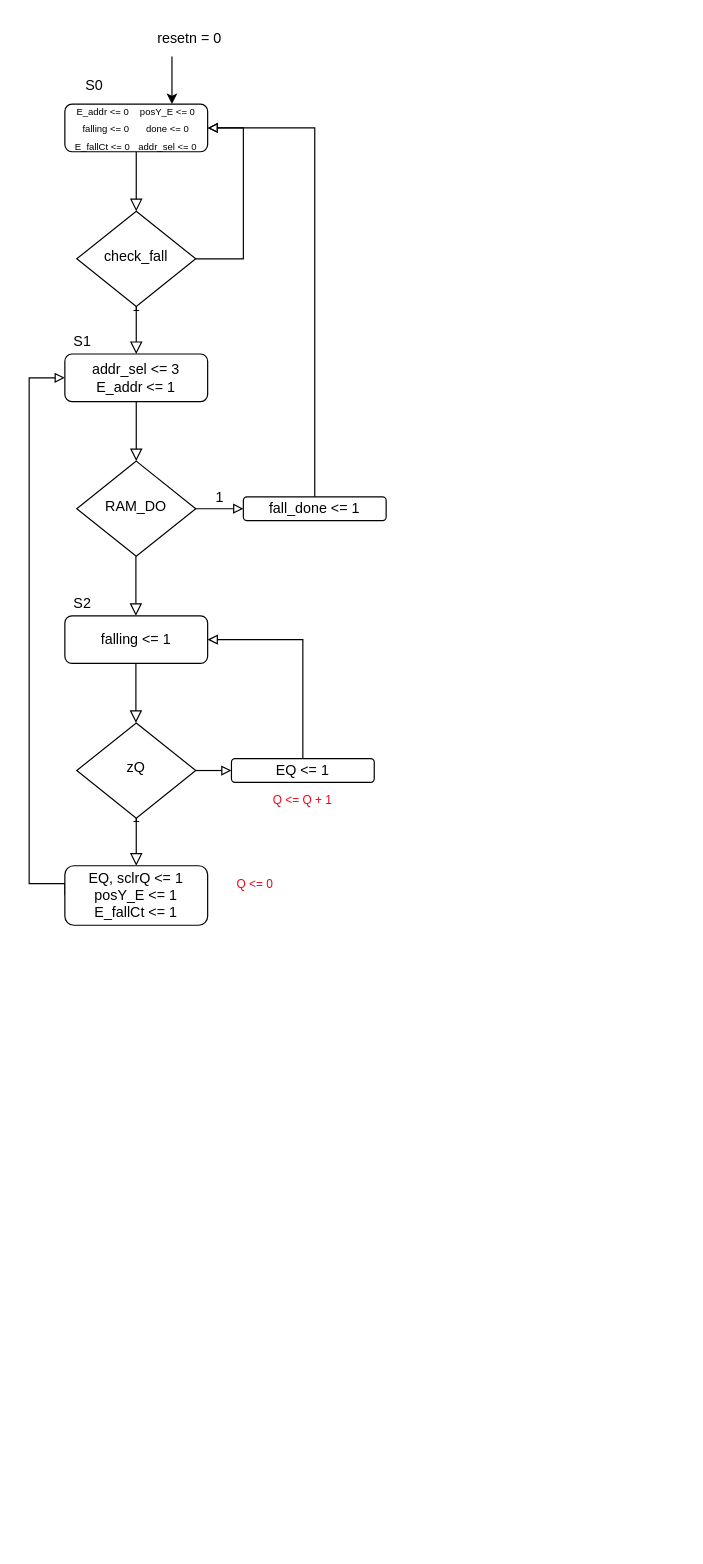
jedikiks/ece2700-finalproject keeps this draw.io diagram as physicsCircuitDiagrams/fallFSM-take2.drawio. Above is the earlier version. Source tidied: cells renumbered, new cells numbered last; positions are measured from the earlier drawing's top-left corner, leaving out a move shared by most shapes. Both pictures are drawn from the tidied source at 119%, with x=0, y=0 at pixel (29, 20).
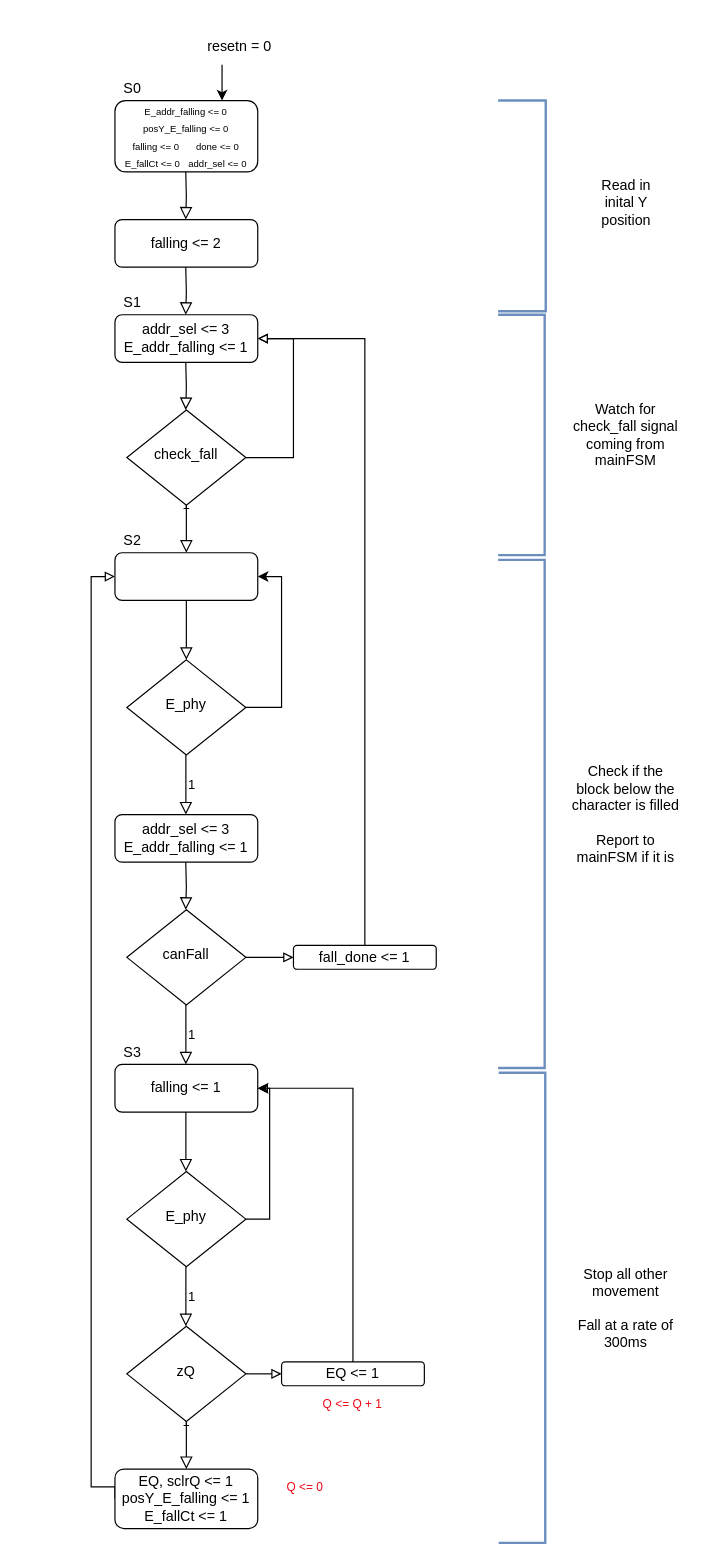
After the change.

The edit, as a diff of the source:
```diff
@@
-    <mxCell id="2" style="rounded=0;html=1;jettySize=auto;fontSize=11;endArrow=block;endFill=0;endSize=8;strokeWidth=1;shadow=0;labelBackgroundColor=none;edgeStyle=orthogonalEdgeStyle;" parent="1" edge="1" source="4" target="7">
-      <mxGeometry relative="1" as="geometry" />
-    </mxCell>
     <mxCell id="3" style="edgeStyle=orthogonalEdgeStyle;rounded=0;jettySize=auto;html=1;exitX=0.75;exitY=0;exitDx=0;exitDy=0;endArrow=none;endFill=0;startArrow=classic;startFill=1;" parent="1" edge="1" source="4">
       <mxGeometry relative="1" as="geometry">
-        <mxPoint x="120" y="30" as="targetPoint" />
+        <mxPoint x="162.1" y="37" as="targetPoint" />
       </mxGeometry>
     </mxCell>
-    <mxCell id="4" value="&lt;font style=&quot;font-size: 8px;&quot;&gt;E_addr &amp;lt;= 0&lt;span style=&quot;white-space: pre;&quot;&gt;&#9;&lt;/span&gt;posY_E &amp;lt;= 0&lt;br&gt;falling &amp;lt;= 0&lt;span style=&quot;white-space: pre;&quot;&gt;&#9;&lt;/span&gt;done &amp;lt;= 0 E_fallCt &amp;lt;= 0&lt;span style=&quot;white-space: pre;&quot;&gt;&#9;&lt;/span&gt;addr_sel &amp;lt;= 0&lt;br&gt;&lt;/font&gt;" style="rounded=1;whiteSpace=wrap;html=1;fontSize=12;glass=0;strokeWidth=1;shadow=0;align=center;" parent="1" vertex="1">
-      <mxGeometry x="30" y="70" width="120" height="40" as="geometry" />
+    <mxCell id="4" value="&lt;font style=&quot;font-size: 8px;&quot;&gt;E_addr_falling &amp;lt;= 0 posY_E_falling &amp;lt;= 0&lt;br&gt;falling &amp;lt;= 0&lt;span style=&quot;white-space: pre;&quot;&gt;&#9;&lt;/span&gt;done &amp;lt;= 0 E_fallCt &amp;lt;= 0&lt;span style=&quot;white-space: pre;&quot;&gt;&#9;&lt;/span&gt;addr_sel &amp;lt;= 0&lt;br&gt;&lt;/font&gt;" style="rounded=1;whiteSpace=wrap;html=1;fontSize=12;glass=0;strokeWidth=1;shadow=0;align=center;" parent="1" vertex="1">
+      <mxGeometry x="72.1" y="67" width="120" height="60" as="geometry" />
     </mxCell>
     <mxCell id="5" value="1" style="rounded=0;html=1;jettySize=auto;fontSize=11;endArrow=block;endFill=0;endSize=8;strokeWidth=1;shadow=0;labelBackgroundColor=none;edgeStyle=orthogonalEdgeStyle;" parent="1" edge="1" source="7">
       <mxGeometry y="20" relative="1" as="geometry">
-        <mxPoint x="90" y="280" as="targetPoint" />
+        <mxPoint x="132.1" y="447" as="targetPoint" />
       </mxGeometry>
     </mxCell>
-    <mxCell id="6" style="edgeStyle=orthogonalEdgeStyle;rounded=0;jettySize=auto;html=1;exitX=1;exitY=0.5;exitDx=0;exitDy=0;entryX=1;entryY=0.5;entryDx=0;entryDy=0;startArrow=none;startFill=0;endArrow=block;endFill=0;" parent="1" edge="1" source="7" target="4">
+    <mxCell id="6" style="edgeStyle=orthogonalEdgeStyle;rounded=0;jettySize=auto;html=1;exitX=1;exitY=0.5;exitDx=0;exitDy=0;entryX=1;entryY=0.5;entryDx=0;entryDy=0;startArrow=none;startFill=0;endArrow=block;endFill=0;" parent="1" edge="1" source="7" target="36">
       <mxGeometry relative="1" as="geometry">
         <Array as="points">
-          <mxPoint x="180" y="200" />
-          <mxPoint x="180" y="90" />
+          <mxPoint x="222.1" y="367" />
+          <mxPoint x="222.1" y="267" />
         </Array>
       </mxGeometry>
     </mxCell>
     <mxCell id="7" value="check_fall" style="rhombus;whiteSpace=wrap;html=1;shadow=0;fontFamily=Helvetica;fontSize=12;align=center;strokeWidth=1;spacing=6;spacingTop=-4;" parent="1" vertex="1">
-      <mxGeometry x="40" y="160" width="100" height="80" as="geometry" />
+      <mxGeometry x="82.1" y="327" width="100" height="80" as="geometry" />
     </mxCell>
     <mxCell id="8" value="S0" style="text;html=1;strokeColor=none;fillColor=none;align=center;verticalAlign=middle;whiteSpace=wrap;rounded=0;" parent="1" vertex="1">
-      <mxGeometry x="40" y="40" width="30" height="30" as="geometry" />
+      <mxGeometry x="72.1" y="47" width="30" height="20" as="geometry" />
     </mxCell>
     <mxCell id="9" value="resetn = 0" style="text;html=1;strokeColor=none;fillColor=none;align=center;verticalAlign=middle;whiteSpace=wrap;rounded=0;" parent="1" vertex="1">
-      <mxGeometry x="100" width="70" height="30" as="geometry" />
+      <mxGeometry x="142.1" y="7" width="70" height="30" as="geometry" />
     </mxCell>
-    <mxCell id="10" value="addr_sel &amp;lt;= 3&lt;br&gt;E_addr &amp;lt;= 1" style="rounded=1;whiteSpace=wrap;html=1;fontSize=12;glass=0;strokeWidth=1;shadow=0;" parent="1" vertex="1">
-      <mxGeometry x="30" y="280" width="120" height="40" as="geometry" />
+    <mxCell id="10" style="rounded=1;whiteSpace=wrap;html=1;fontSize=12;glass=0;strokeWidth=1;shadow=0;" parent="1" vertex="1">
+      <mxGeometry x="72.1" y="447" width="120" height="40" as="geometry" />
     </mxCell>
-    <mxCell id="11" value="S1" style="text;html=1;strokeColor=none;fillColor=none;align=center;verticalAlign=middle;whiteSpace=wrap;rounded=0;" parent="1" vertex="1">
-      <mxGeometry x="30" y="260" width="30" height="20" as="geometry" />
+    <mxCell id="11" value="S2" style="text;html=1;strokeColor=none;fillColor=none;align=center;verticalAlign=middle;whiteSpace=wrap;rounded=0;" parent="1" vertex="1">
+      <mxGeometry x="72.1" y="427" width="30" height="20" as="geometry" />
     </mxCell>
     <mxCell id="12" style="rounded=0;html=1;jettySize=auto;orthogonalLoop=1;fontSize=11;endArrow=block;endFill=0;endSize=8;strokeWidth=1;shadow=0;labelBackgroundColor=none;edgeStyle=orthogonalEdgeStyle;" parent="1" edge="1">
       <mxGeometry relative="1" as="geometry">
-        <mxPoint x="90" y="320" as="sourcePoint" />
-        <mxPoint x="90" y="370" as="targetPoint" />
+        <mxPoint x="132.1" y="487" as="sourcePoint" />
+        <mxPoint x="132.1" y="537" as="targetPoint" />
       </mxGeometry>
     </mxCell>
-    <mxCell id="13" value="&lt;font style=&quot;font-size: 12px;&quot;&gt;1&lt;/font&gt;" style="edgeStyle=orthogonalEdgeStyle;rounded=0;jettySize=auto;html=1;exitX=1;exitY=0.5;exitDx=0;exitDy=0;entryX=0;entryY=0.5;entryDx=0;entryDy=0;fontSize=8;labelPosition=center;verticalLabelPosition=top;align=center;verticalAlign=bottom;endArrow=block;endFill=0;" parent="1" edge="1" source="14" target="16">
+    <mxCell id="13" style="edgeStyle=orthogonalEdgeStyle;rounded=0;jettySize=auto;html=1;exitX=1;exitY=0.5;exitDx=0;exitDy=0;entryX=0;entryY=0.5;entryDx=0;entryDy=0;fontSize=8;labelPosition=center;verticalLabelPosition=top;align=center;verticalAlign=bottom;endArrow=block;endFill=0;" parent="1" edge="1" source="14" target="16">
       <mxGeometry relative="1" as="geometry">
         <Array as="points">
-          <mxPoint x="160" y="410" />
-          <mxPoint x="160" y="410" />
+          <mxPoint x="202.1" y="787" />
+          <mxPoint x="202.1" y="787" />
         </Array>
       </mxGeometry>
     </mxCell>
-    <mxCell id="14" value="RAM_DO" style="rhombus;whiteSpace=wrap;html=1;shadow=0;fontFamily=Helvetica;fontSize=12;align=center;strokeWidth=1;spacing=6;spacingTop=-4;" parent="1" vertex="1">
-      <mxGeometry x="40" y="370" width="100" height="80" as="geometry" />
+    <mxCell id="14" value="canFall" style="rhombus;whiteSpace=wrap;html=1;shadow=0;fontFamily=Helvetica;fontSize=12;align=center;strokeWidth=1;spacing=6;spacingTop=-4;" parent="1" vertex="1">
+      <mxGeometry x="82.1" y="747" width="100" height="80" as="geometry" />
     </mxCell>
-    <mxCell id="15" style="edgeStyle=orthogonalEdgeStyle;rounded=0;jettySize=auto;html=1;exitX=0.5;exitY=0;exitDx=0;exitDy=0;entryX=1;entryY=0.5;entryDx=0;entryDy=0;fontSize=8;endArrow=block;endFill=0;" parent="1" edge="1" source="16" target="4">
-      <mxGeometry relative="1" as="geometry" />
+    <mxCell id="15" style="edgeStyle=orthogonalEdgeStyle;rounded=0;jettySize=auto;html=1;exitX=0.5;exitY=0;exitDx=0;exitDy=0;entryX=1;entryY=0.5;entryDx=0;entryDy=0;fontSize=8;endArrow=block;endFill=0;" parent="1" edge="1" source="16" target="36">
+      <mxGeometry relative="1" as="geometry">
+        <Array as="points">
+          <mxPoint x="282.1" y="267" />
+        </Array>
+      </mxGeometry>
     </mxCell>
     <mxCell id="16" value="fall_done &amp;lt;= 1" style="rounded=1;whiteSpace=wrap;html=1;fontSize=12;glass=0;strokeWidth=1;shadow=0;" parent="1" vertex="1">
-      <mxGeometry x="180" y="400" width="120" height="20" as="geometry" />
+      <mxGeometry x="222.1" y="777" width="120" height="20" as="geometry" />
     </mxCell>
-    <mxCell id="17" style="rounded=0;html=1;jettySize=auto;orthogonalLoop=1;fontSize=11;endArrow=block;endFill=0;endSize=8;strokeWidth=1;shadow=0;labelBackgroundColor=none;edgeStyle=orthogonalEdgeStyle;" parent="1" edge="1">
+    <mxCell id="17" value="1" style="rounded=0;html=1;jettySize=auto;orthogonalLoop=1;fontSize=11;endArrow=block;endFill=0;endSize=8;strokeWidth=1;shadow=0;labelBackgroundColor=none;edgeStyle=orthogonalEdgeStyle;labelPosition=right;verticalLabelPosition=middle;align=left;verticalAlign=middle;" parent="1" edge="1">
       <mxGeometry relative="1" as="geometry">
-        <mxPoint x="89.7" y="450" as="sourcePoint" />
-        <mxPoint x="89.7" y="500" as="targetPoint" />
+        <mxPoint x="131.7" y="827" as="sourcePoint" />
+        <mxPoint x="131.7" y="877" as="targetPoint" />
       </mxGeometry>
     </mxCell>
     <mxCell id="18" value="falling &amp;lt;= 1" style="rounded=1;whiteSpace=wrap;html=1;fontSize=12;glass=0;strokeWidth=1;shadow=0;" parent="1" vertex="1">
-      <mxGeometry x="30" y="500" width="120" height="40" as="geometry" />
+      <mxGeometry x="72.1" y="877" width="120" height="40" as="geometry" />
     </mxCell>
-    <mxCell id="19" value="S2" style="text;html=1;strokeColor=none;fillColor=none;align=center;verticalAlign=middle;whiteSpace=wrap;rounded=0;" parent="1" vertex="1">
-      <mxGeometry x="30" y="480" width="30" height="20" as="geometry" />
+    <mxCell id="19" value="S3" style="text;html=1;strokeColor=none;fillColor=none;align=center;verticalAlign=middle;whiteSpace=wrap;rounded=0;" parent="1" vertex="1">
+      <mxGeometry x="72.1" y="857" width="30" height="20" as="geometry" />
     </mxCell>
     <mxCell id="20" value="1" style="rounded=0;html=1;jettySize=auto;fontSize=11;endArrow=block;endFill=0;endSize=8;strokeWidth=1;shadow=0;labelBackgroundColor=none;edgeStyle=orthogonalEdgeStyle;" parent="1" edge="1" source="21">
       <mxGeometry y="20" relative="1" as="geometry">
-        <mxPoint x="90" y="710" as="targetPoint" />
+        <mxPoint x="132.1" y="1217" as="targetPoint" />
       </mxGeometry>
     </mxCell>
     <mxCell id="21" value="zQ" style="rhombus;whiteSpace=wrap;html=1;shadow=0;fontFamily=Helvetica;fontSize=12;align=center;strokeWidth=1;spacing=6;spacingTop=-4;" parent="1" vertex="1">
-      <mxGeometry x="40" y="590" width="100" height="80" as="geometry" />
+      <mxGeometry x="82.1" y="1097" width="100" height="80" as="geometry" />
     </mxCell>
     <mxCell id="22" style="rounded=0;html=1;jettySize=auto;orthogonalLoop=1;fontSize=11;endArrow=block;endFill=0;endSize=8;strokeWidth=1;shadow=0;labelBackgroundColor=none;edgeStyle=orthogonalEdgeStyle;" parent="1" edge="1">
       <mxGeometry relative="1" as="geometry">
-        <mxPoint x="89.7" y="540" as="sourcePoint" />
-        <mxPoint x="89.7" y="590" as="targetPoint" />
+        <mxPoint x="131.7" y="917" as="sourcePoint" />
+        <mxPoint x="131.7" y="967" as="targetPoint" />
       </mxGeometry>
     </mxCell>
     <mxCell id="23" style="edgeStyle=orthogonalEdgeStyle;rounded=0;jettySize=auto;html=1;exitX=1;exitY=0.5;exitDx=0;exitDy=0;entryX=0;entryY=0.5;entryDx=0;entryDy=0;fontSize=8;labelPosition=center;verticalLabelPosition=top;align=center;verticalAlign=bottom;endArrow=block;endFill=0;" parent="1" edge="1" target="25">
       <mxGeometry relative="1" as="geometry">
-        <mxPoint x="140" y="630" as="sourcePoint" />
+        <mxPoint x="182.1" y="1137" as="sourcePoint" />
         <Array as="points">
-          <mxPoint x="160" y="630" />
-          <mxPoint x="160" y="630" />
+          <mxPoint x="202.1" y="1137" />
+          <mxPoint x="202.1" y="1137" />
         </Array>
       </mxGeometry>
     </mxCell>
@@
     <mxCell id="25" value="EQ &amp;lt;= 1" style="rounded=1;whiteSpace=wrap;html=1;fontSize=12;glass=0;strokeWidth=1;shadow=0;" parent="1" vertex="1">
-      <mxGeometry x="170" y="620" width="120" height="20" as="geometry" />
+      <mxGeometry x="212.1" y="1127" width="120" height="20" as="geometry" />
     </mxCell>
     <mxCell id="26" style="edgeStyle=orthogonalEdgeStyle;rounded=0;jettySize=auto;html=1;exitX=0;exitY=0.5;exitDx=0;exitDy=0;entryX=0;entryY=0.5;entryDx=0;entryDy=0;fontSize=8;endArrow=block;endFill=0;" parent="1" edge="1" source="27" target="10">
       <mxGeometry relative="1" as="geometry">
         <Array as="points">
-          <mxPoint y="725" />
-          <mxPoint y="300" />
+          <mxPoint x="72.1" y="1232" />
+          <mxPoint x="52.1" y="1232" />
+          <mxPoint x="52.1" y="467" />
         </Array>
       </mxGeometry>
     </mxCell>
-    <mxCell id="27" value="EQ, sclrQ &amp;lt;= 1&lt;br&gt;posY_E &amp;lt;= 1&lt;br&gt;E_fallCt &amp;lt;= 1" style="rounded=1;whiteSpace=wrap;html=1;fontSize=12;glass=0;strokeWidth=1;shadow=0;" parent="1" vertex="1">
-      <mxGeometry x="30" y="710" width="120" height="50" as="geometry" />
+    <mxCell id="27" value="EQ, sclrQ &amp;lt;= 1&lt;br&gt;posY_E_falling &amp;lt;= 1&lt;br&gt;E_fallCt &amp;lt;= 1" style="rounded=1;whiteSpace=wrap;html=1;fontSize=12;glass=0;strokeWidth=1;shadow=0;" parent="1" vertex="1">
+      <mxGeometry x="72.1" y="1217" width="120" height="50" as="geometry" />
     </mxCell>
     <mxCell id="28" value="&lt;font style=&quot;font-size: 10px;&quot; color=&quot;#f00717&quot;&gt;Q &amp;lt;= Q + 1&lt;/font&gt;" style="text;html=1;strokeColor=none;fillColor=none;align=center;verticalAlign=middle;whiteSpace=wrap;rounded=0;fontSize=8;" parent="1" vertex="1">
-      <mxGeometry x="200" y="640" width="60" height="30" as="geometry" />
+      <mxGeometry x="242.1" y="1147" width="60" height="30" as="geometry" />
     </mxCell>
     <mxCell id="29" value="&lt;font style=&quot;font-size: 10px;&quot; color=&quot;#f00717&quot;&gt;Q &amp;lt;= 0&lt;br&gt;&lt;/font&gt;" style="text;html=1;strokeColor=none;fillColor=none;align=center;verticalAlign=middle;whiteSpace=wrap;rounded=0;fontSize=8;" parent="1" vertex="1">
-      <mxGeometry x="160" y="710" width="60" height="30" as="geometry" />
+      <mxGeometry x="202.1" y="1217" width="60" height="30" as="geometry" />
     </mxCell>
+    <mxCell id="30" style="edgeStyle=orthogonalEdgeStyle;rounded=0;jettySize=auto;html=1;exitX=1;exitY=0.5;exitDx=0;exitDy=0;entryX=1;entryY=0.5;entryDx=0;entryDy=0;" parent="1" edge="1" source="31" target="18">
+      <mxGeometry relative="1" as="geometry" />
+    </mxCell>
+    <mxCell id="31" value="E_phy" style="rhombus;whiteSpace=wrap;html=1;shadow=0;fontFamily=Helvetica;fontSize=12;align=center;strokeWidth=1;spacing=6;spacingTop=-4;" parent="1" vertex="1">
+      <mxGeometry x="82.1" y="967" width="100" height="80" as="geometry" />
+    </mxCell>
+    <mxCell id="32" value="1" style="rounded=0;html=1;jettySize=auto;orthogonalLoop=1;fontSize=11;endArrow=block;endFill=0;endSize=8;strokeWidth=1;shadow=0;labelBackgroundColor=none;edgeStyle=orthogonalEdgeStyle;labelPosition=right;verticalLabelPosition=middle;align=left;verticalAlign=middle;" parent="1" edge="1">
+      <mxGeometry relative="1" as="geometry">
+        <mxPoint x="131.7" y="1047" as="sourcePoint" />
+        <mxPoint x="131.7" y="1097" as="targetPoint" />
+      </mxGeometry>
+    </mxCell>
+    <mxCell id="33" value="falling &amp;lt;= 2" style="rounded=1;whiteSpace=wrap;html=1;fontSize=12;glass=0;strokeWidth=1;shadow=0;" parent="1" vertex="1">
+      <mxGeometry x="72.1" y="167" width="120" height="40" as="geometry" />
+    </mxCell>
+    <mxCell id="34" style="rounded=0;html=1;jettySize=auto;orthogonalLoop=1;fontSize=11;endArrow=block;endFill=0;endSize=8;strokeWidth=1;shadow=0;labelBackgroundColor=none;edgeStyle=orthogonalEdgeStyle;" parent="1" edge="1">
+      <mxGeometry y="20" relative="1" as="geometry">
+        <mxPoint x="131.6" y="207" as="sourcePoint" />
+        <mxPoint x="131.6" y="247" as="targetPoint" />
+      </mxGeometry>
+    </mxCell>
+    <mxCell id="35" style="rounded=0;html=1;jettySize=auto;orthogonalLoop=1;fontSize=11;endArrow=block;endFill=0;endSize=8;strokeWidth=1;shadow=0;labelBackgroundColor=none;edgeStyle=orthogonalEdgeStyle;" parent="1" edge="1">
+      <mxGeometry y="20" relative="1" as="geometry">
+        <mxPoint x="131.6" y="127" as="sourcePoint" />
+        <mxPoint x="131.6" y="167" as="targetPoint" />
+      </mxGeometry>
+    </mxCell>
+    <mxCell id="36" value="addr_sel &amp;lt;= 3&lt;br&gt;E_addr_falling &amp;lt;= 1" style="rounded=1;whiteSpace=wrap;html=1;fontSize=12;glass=0;strokeWidth=1;shadow=0;" parent="1" vertex="1">
+      <mxGeometry x="72.1" y="247" width="120" height="40" as="geometry" />
+    </mxCell>
+    <mxCell id="37" style="rounded=0;html=1;jettySize=auto;orthogonalLoop=1;fontSize=11;endArrow=block;endFill=0;endSize=8;strokeWidth=1;shadow=0;labelBackgroundColor=none;edgeStyle=orthogonalEdgeStyle;" parent="1" edge="1">
+      <mxGeometry y="20" relative="1" as="geometry">
+        <mxPoint x="131.6" y="287" as="sourcePoint" />
+        <mxPoint x="131.6" y="327" as="targetPoint" />
+      </mxGeometry>
+    </mxCell>
+    <mxCell id="38" value="S1" style="text;html=1;strokeColor=none;fillColor=none;align=center;verticalAlign=middle;whiteSpace=wrap;rounded=0;" parent="1" vertex="1">
+      <mxGeometry x="72.1" y="227" width="30" height="20" as="geometry" />
+    </mxCell>
+    <mxCell id="39" style="edgeStyle=orthogonalEdgeStyle;rounded=0;jettySize=auto;html=1;exitX=1;exitY=0.5;exitDx=0;exitDy=0;entryX=1;entryY=0.5;entryDx=0;entryDy=0;" parent="1" edge="1" source="40" target="10">
+      <mxGeometry relative="1" as="geometry">
+        <Array as="points">
+          <mxPoint x="212.1" y="577" />
+          <mxPoint x="212.1" y="467" />
+        </Array>
+      </mxGeometry>
+    </mxCell>
+    <mxCell id="40" value="E_phy" style="rhombus;whiteSpace=wrap;html=1;shadow=0;fontFamily=Helvetica;fontSize=12;align=center;strokeWidth=1;spacing=6;spacingTop=-4;" parent="1" vertex="1">
+      <mxGeometry x="82.1" y="537" width="100" height="80" as="geometry" />
+    </mxCell>
+    <mxCell id="41" value="1" style="rounded=0;html=1;jettySize=auto;orthogonalLoop=1;fontSize=11;endArrow=block;endFill=0;endSize=8;strokeWidth=1;shadow=0;labelBackgroundColor=none;edgeStyle=orthogonalEdgeStyle;labelPosition=right;verticalLabelPosition=middle;align=left;verticalAlign=middle;" parent="1" edge="1">
+      <mxGeometry relative="1" as="geometry">
+        <mxPoint x="131.7" y="617" as="sourcePoint" />
+        <mxPoint x="131.7" y="667" as="targetPoint" />
+      </mxGeometry>
+    </mxCell>
+    <mxCell id="42" value="addr_sel &amp;lt;= 3&lt;br&gt;E_addr_falling &amp;lt;= 1" style="rounded=1;whiteSpace=wrap;html=1;fontSize=12;glass=0;strokeWidth=1;shadow=0;" parent="1" vertex="1">
+      <mxGeometry x="72.1" y="667" width="120" height="40" as="geometry" />
+    </mxCell>
+    <mxCell id="43" style="rounded=0;html=1;jettySize=auto;orthogonalLoop=1;fontSize=11;endArrow=block;endFill=0;endSize=8;strokeWidth=1;shadow=0;labelBackgroundColor=none;edgeStyle=orthogonalEdgeStyle;" parent="1" edge="1">
+      <mxGeometry y="20" relative="1" as="geometry">
+        <mxPoint x="131.6" y="707" as="sourcePoint" />
+        <mxPoint x="131.6" y="747" as="targetPoint" />
+      </mxGeometry>
+    </mxCell>
+    <mxCell id="44" style="strokeWidth=2;html=1;shape=mxgraph.flowchart.annotation_1;align=left;rotation=-180;fillColor=#dae8fc;strokeColor=#6c8ebf;" parent="1" vertex="1">
+      <mxGeometry x="394.1" y="67" width="40" height="177" as="geometry" />
+    </mxCell>
+    <mxCell id="45" value="Read in inital Y position" style="text;html=1;strokeColor=none;fillColor=none;align=center;verticalAlign=middle;whiteSpace=wrap;rounded=0;" parent="1" vertex="1">
+      <mxGeometry x="471.6" y="127" width="60" height="51" as="geometry" />
+    </mxCell>
+    <mxCell id="46" style="strokeWidth=2;html=1;shape=mxgraph.flowchart.annotation_1;align=left;rotation=-180;fillColor=#dae8fc;strokeColor=#6c8ebf;" parent="1" vertex="1">
+      <mxGeometry x="394.1" y="247" width="39.1" height="202" as="geometry" />
+    </mxCell>
+    <mxCell id="47" value="Watch for check_fall signal coming from mainFSM" style="text;html=1;strokeColor=none;fillColor=none;align=center;verticalAlign=middle;whiteSpace=wrap;rounded=0;" parent="1" vertex="1">
+      <mxGeometry x="454.1" y="308" width="94.9" height="80" as="geometry" />
+    </mxCell>
+    <mxCell id="48" style="strokeWidth=2;html=1;shape=mxgraph.flowchart.annotation_1;align=left;rotation=-180;fillColor=#dae8fc;strokeColor=#6c8ebf;" parent="1" vertex="1">
+      <mxGeometry x="394.1" y="453" width="39.1" height="427" as="geometry" />
+    </mxCell>
+    <mxCell id="49" value="Check if the block below the character is filled&lt;br&gt;&lt;br&gt;Report to mainFSM if it is" style="text;html=1;strokeColor=none;fillColor=none;align=center;verticalAlign=middle;whiteSpace=wrap;rounded=0;" parent="1" vertex="1">
+      <mxGeometry x="454.1" y="626.5" width="94.9" height="80" as="geometry" />
+    </mxCell>
+    <mxCell id="50" style="strokeWidth=2;html=1;shape=mxgraph.flowchart.annotation_1;align=left;rotation=-180;fillColor=#dae8fc;strokeColor=#6c8ebf;" parent="1" vertex="1">
+      <mxGeometry x="394.6" y="884" width="39.1" height="395" as="geometry" />
+    </mxCell>
+    <mxCell id="51" value="Stop all other movement&lt;br&gt;&lt;br&gt;Fall at a rate of 300ms" style="text;html=1;strokeColor=none;fillColor=none;align=center;verticalAlign=middle;whiteSpace=wrap;rounded=0;" parent="1" vertex="1">
+      <mxGeometry x="454.1" y="1041.5" width="94.9" height="80" as="geometry" />
+    </mxCell>
```
